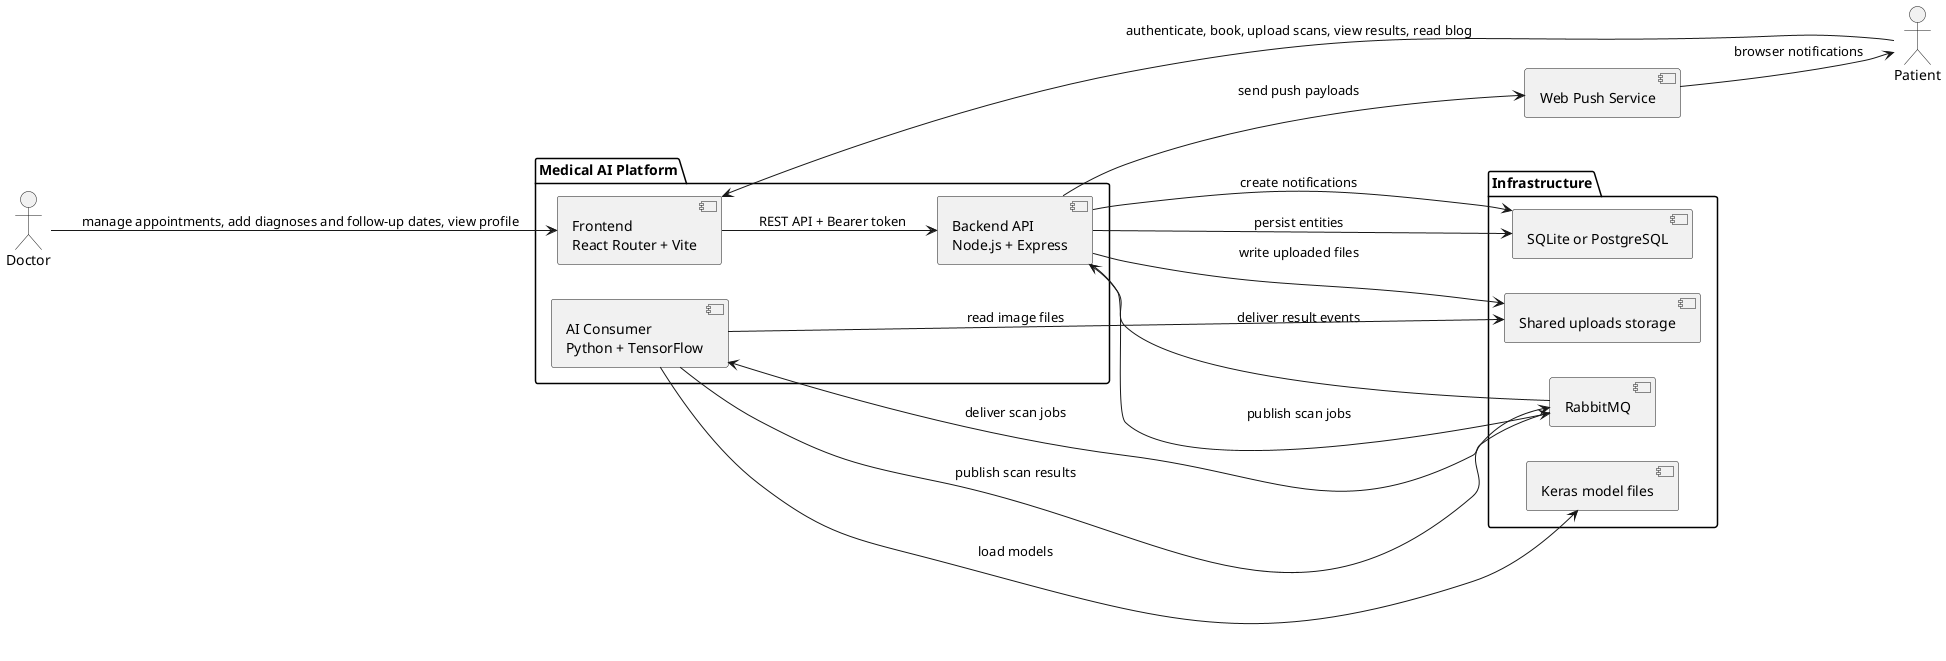
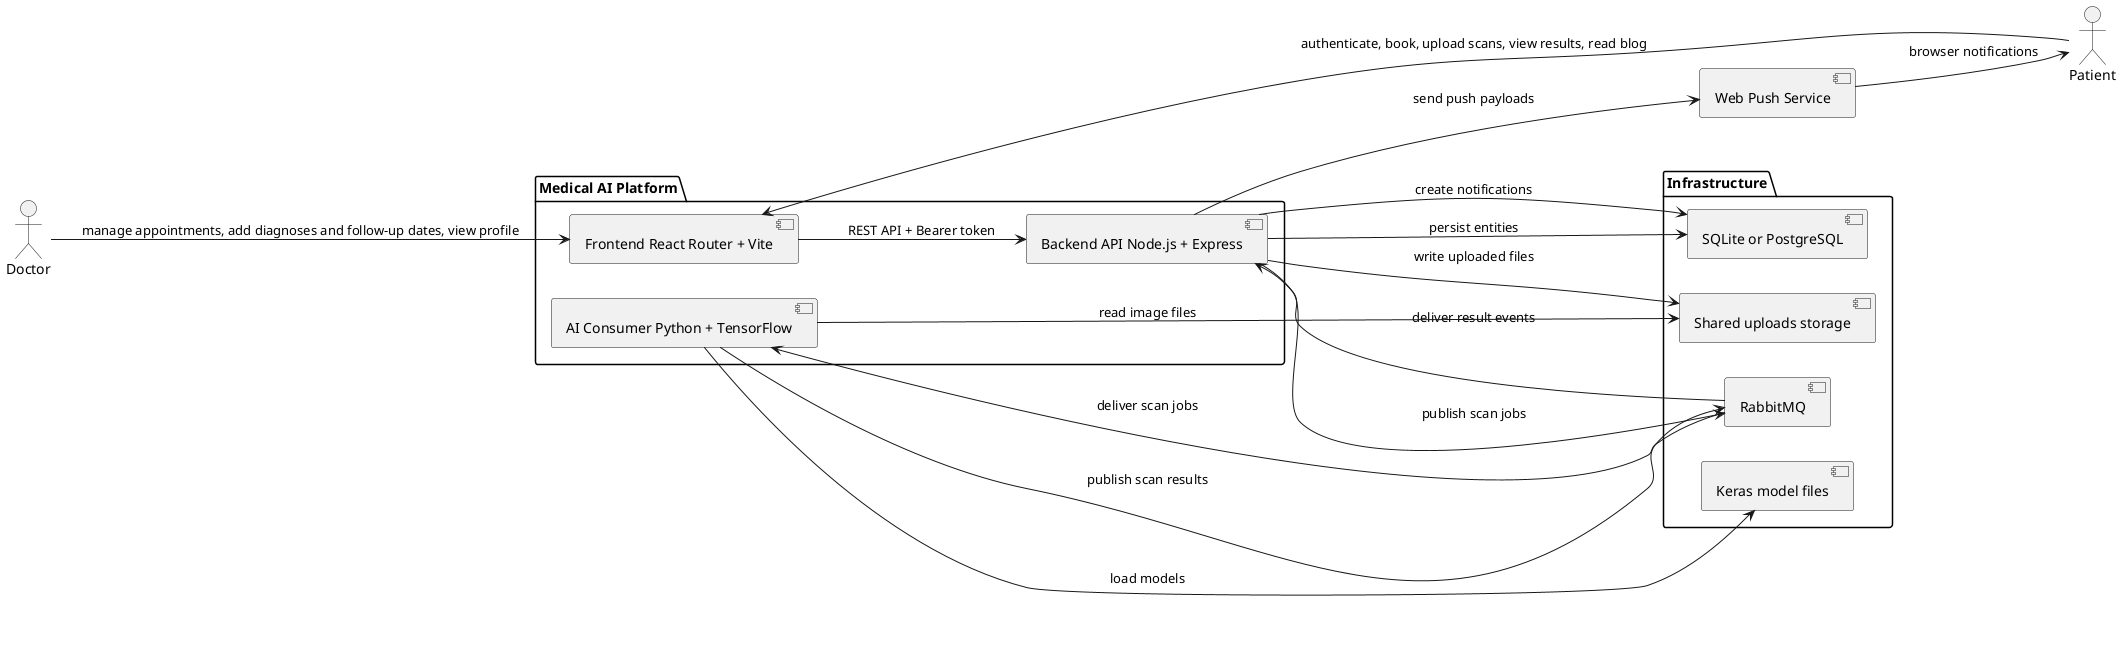
@startuml
left to right direction

actor Patient
actor Doctor

package "Medical AI Platform" {
-   component frontend as "Frontend\nReact Router + Vite"
-   component backend as "Backend API\nNode.js + Express"
-   component consumer as "AI Consumer\nPython + TensorFlow"
+   component frontend as "Frontend React Router + Vite"
+   component backend as "Backend API Node.js + Express"
+   component consumer as "AI Consumer Python + TensorFlow"
}

package "Infrastructure" {
  component db as "SQLite or PostgreSQL"
  component mq as "RabbitMQ"
  component uploads as "Shared uploads storage"
  component models as "Keras model files"
}

component push as "Web Push Service"

Patient --> frontend : authenticate, book, upload scans, view results, read blog
Doctor --> frontend : manage appointments, add diagnoses and follow-up dates, view profile
frontend --> backend : REST API + Bearer token
backend --> db : persist entities
backend --> uploads : write uploaded files
backend --> mq : publish scan jobs
mq --> consumer : deliver scan jobs
consumer --> uploads : read image files
consumer --> models : load models
consumer --> mq : publish scan results
mq --> backend : deliver result events
backend --> db : create notifications
backend --> push : send push payloads
push --> Patient : browser notifications

@enduml